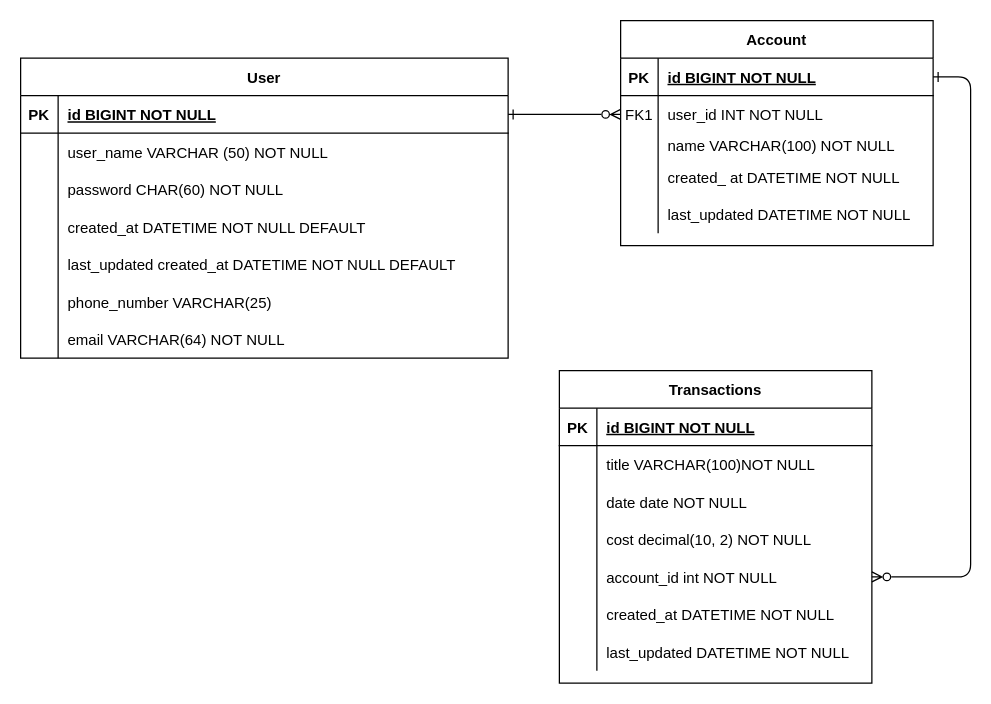
This is MoneyPlease/MoneyPleaseDataChart.drawio from jmc37/MoneyPlease, a draw.io file, before an edit. Source tidied: cells renumbered, new cells numbered last; positions are measured from the earlier drawing's top-left corner, leaving out a move shared by most shapes. Both pictures are drawn from the tidied source at 125%, with x=0, y=0 at pixel (20, 20).
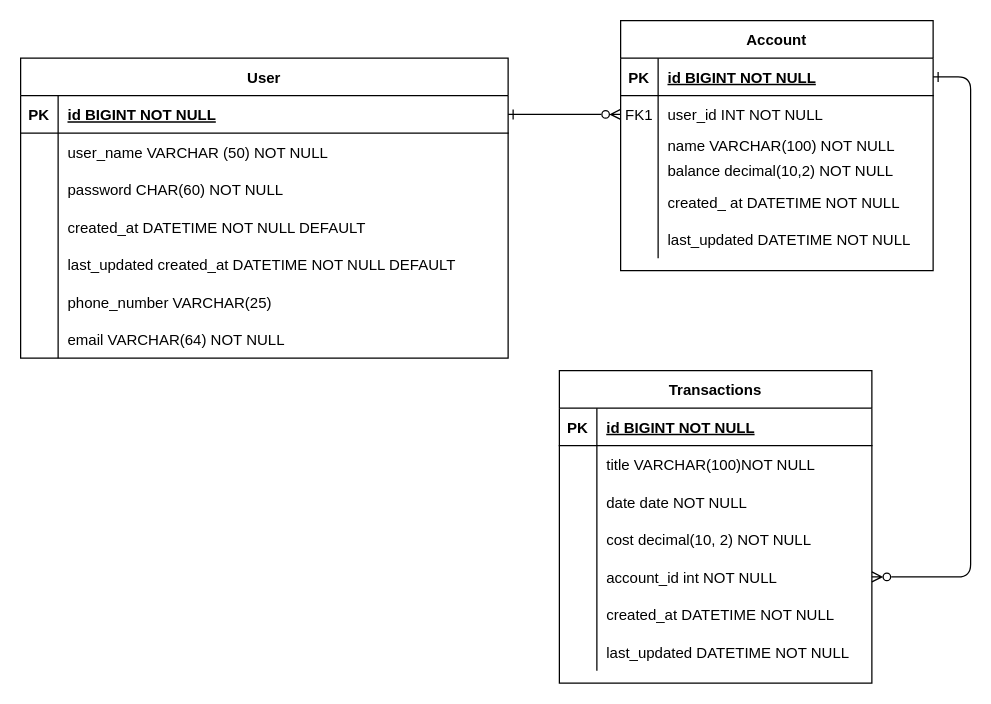
The same diagram, later.

The edit, as a diff of the source:
```diff
@@
     <mxCell id="4" value="Account" style="shape=table;startSize=30;childLayout=tableLayout;rowLines=0;fontStyle=1;align=center;" parent="1" vertex="1">
-      <mxGeometry x="480" width="250" height="180" as="geometry" />
+      <mxGeometry x="480" width="250" height="200" as="geometry" />
     </mxCell>
@@
+    <mxCell id="64" style="shape=partialRectangle;fillColor=none;top=0;left=0;right=0;bottom=0;" parent="4" vertex="1">
+      <mxGeometry y="110" width="250" height="20" as="geometry" />
+    </mxCell>
+    <mxCell id="65" style="shape=partialRectangle;overflow=hidden;fillColor=none;top=0;left=0;bottom=0;right=0;" parent="64" vertex="1">
+      <mxGeometry width="30" height="20" as="geometry" />
+    </mxCell>
+    <mxCell id="66" value="balance decimal(10,2) NOT NULL" style="shape=partialRectangle;overflow=hidden;fillColor=none;top=0;left=0;bottom=0;right=0;align=left;spacingLeft=6;" parent="64" vertex="1">
+      <mxGeometry x="30" width="220" height="20" as="geometry" />
+    </mxCell>
     <mxCell id="14" style="shape=partialRectangle;fillColor=none;top=0;left=0;right=0;bottom=0;" parent="4" vertex="1">
-      <mxGeometry y="110" width="250" height="30" as="geometry" />
+      <mxGeometry y="130" width="250" height="30" as="geometry" />
     </mxCell>
@@
     <mxCell id="17" style="shape=partialRectangle;fillColor=none;top=0;left=0;right=0;bottom=0;" parent="4" vertex="1">
-      <mxGeometry y="140" width="250" height="30" as="geometry" />
+      <mxGeometry y="160" width="250" height="30" as="geometry" />
     </mxCell>
```
